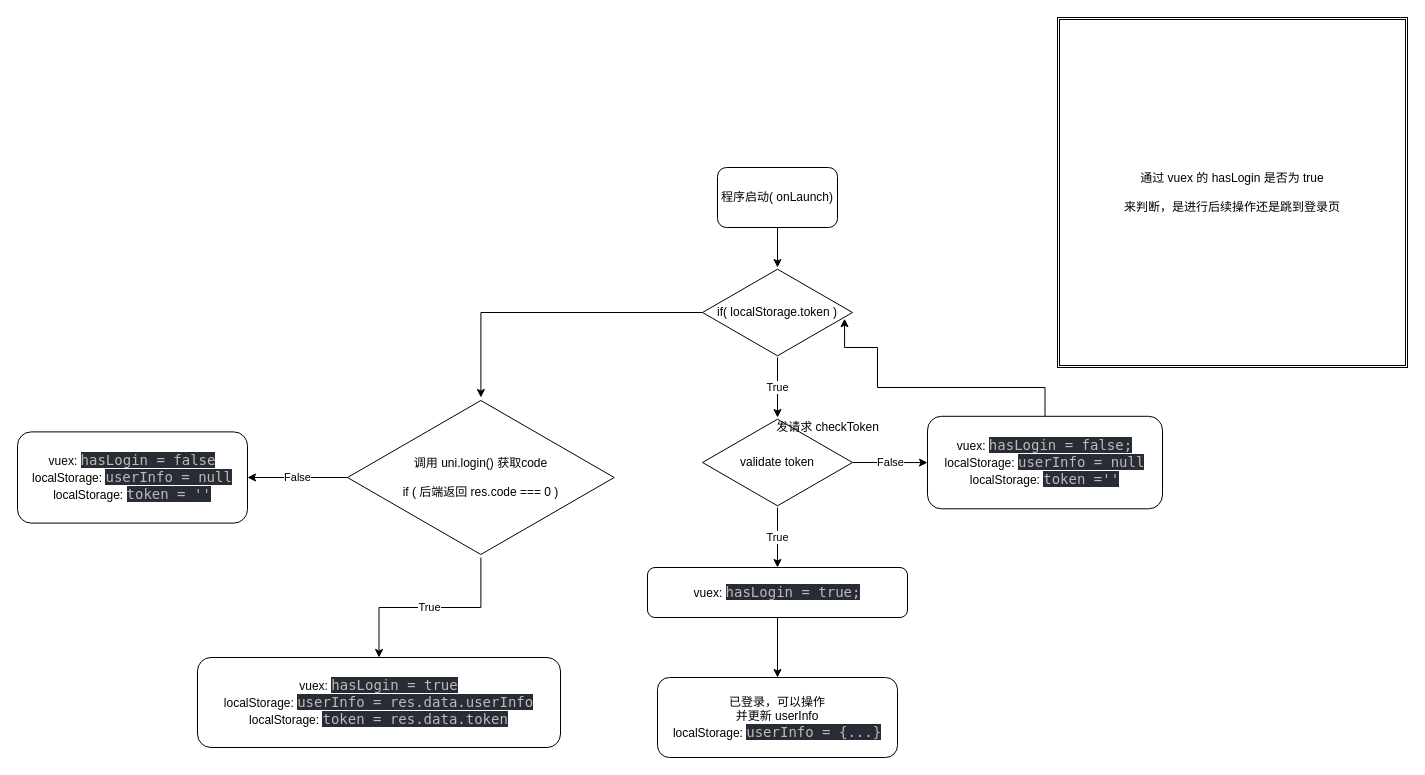
This is note/login.drawio from evestorm/uniapp-wx-template, a draw.io file, before an edit. Source tidied: cells renumbered, new cells numbered last; positions are measured from the earlier drawing's top-left corner, leaving out a move shared by most shapes. Both pictures are drawn from the tidied source at 100%, with x=0, y=0 at pixel (17, 17).
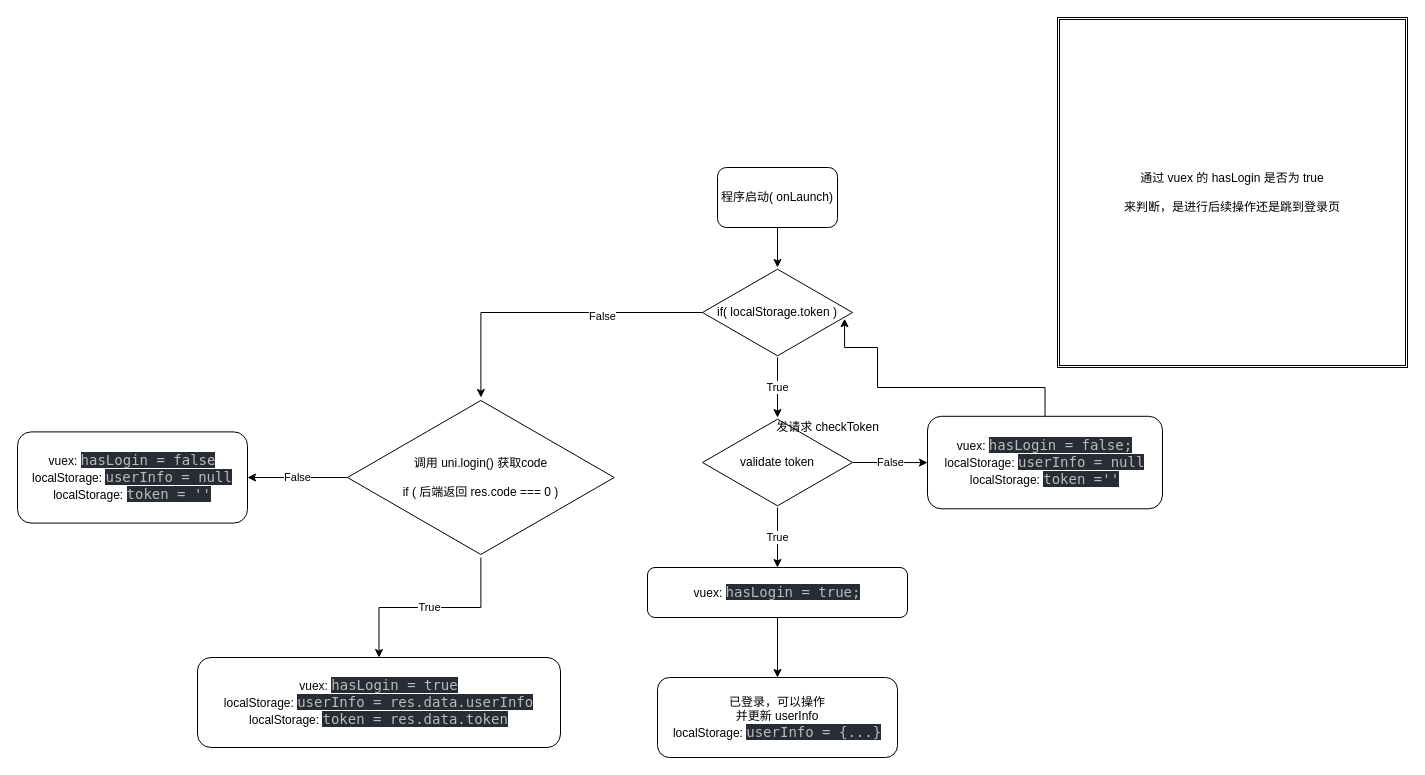
The same page after the edit.

The change refers to these unchanged cells:
```xml
<mxCell id="5" style="edgeStyle=orthogonalEdgeStyle;rounded=0;jettySize=auto;html=1;" parent="1" edge="1" source="6" target="18">
  <mxGeometry relative="1" as="geometry" />
</mxCell>
```

What changed in the source:
```diff
@@
+    <mxCell id="22" value="False" style="edgeLabel;html=1;align=center;verticalAlign=middle;" parent="5" vertex="1">
+      <mxGeometry x="-0.34" y="3" relative="1" as="geometry" />
+    </mxCell>
```
